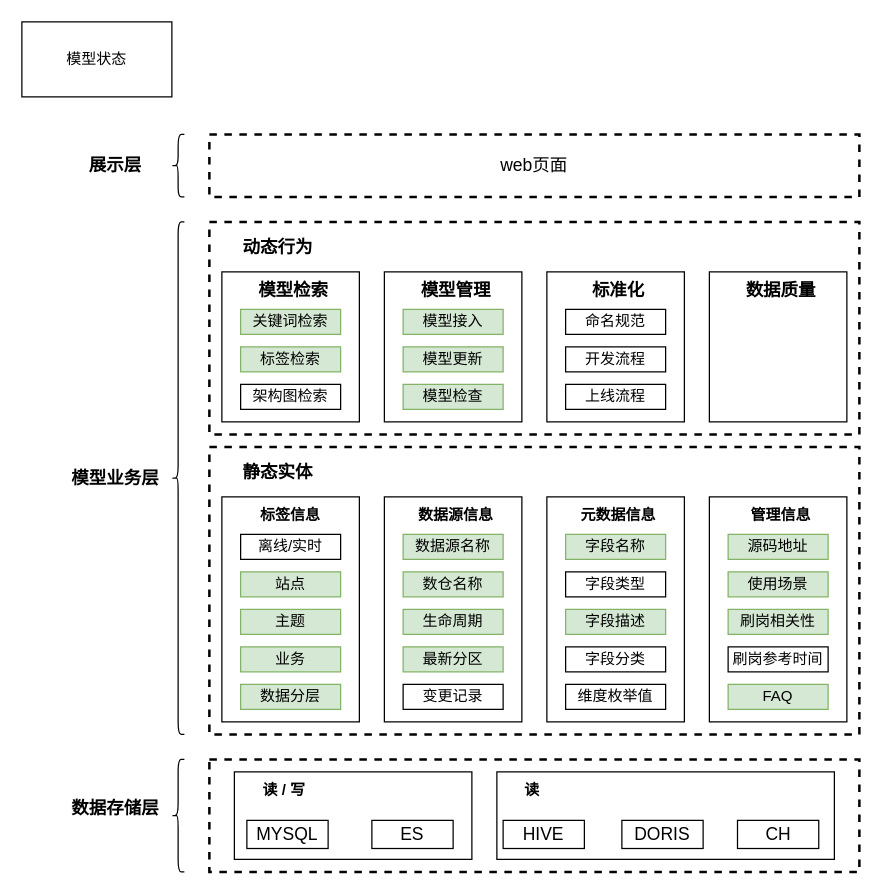
Earlier version of the draw.io diagram page "业务架构" (7 of 8) of demo01/数据地图.drawio (huang-chh/draw). Source tidied: cells renumbered, new cells numbered last; positions are measured from the earlier drawing's top-left corner, leaving out a move shared by most shapes. Both pictures are drawn from the tidied source at 125%, with x=0, y=0 at pixel (21, 21).
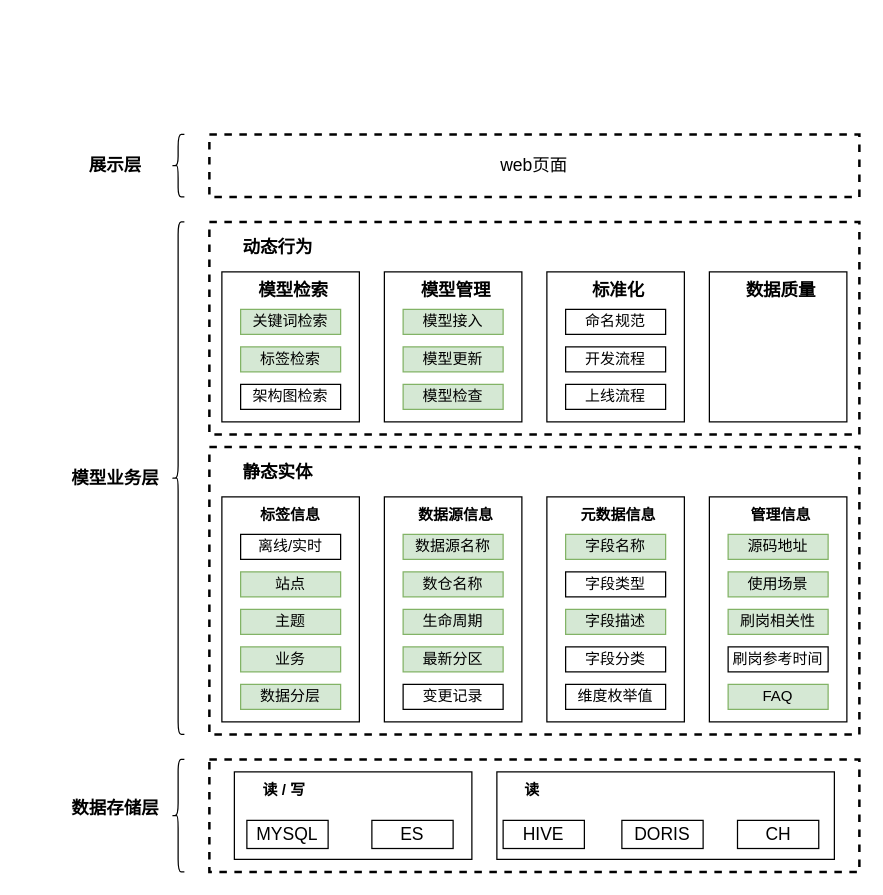
The same diagram, later.

Commit message:
更新数据地图.drawio

Change to the diagram source:
```diff
@@
-    <mxCell id="68" value="模型状态" style="rounded=0;whiteSpace=wrap;html=1;" parent="1" vertex="1">
-      <mxGeometry width="120" height="60" as="geometry" />
-    </mxCell>
```
